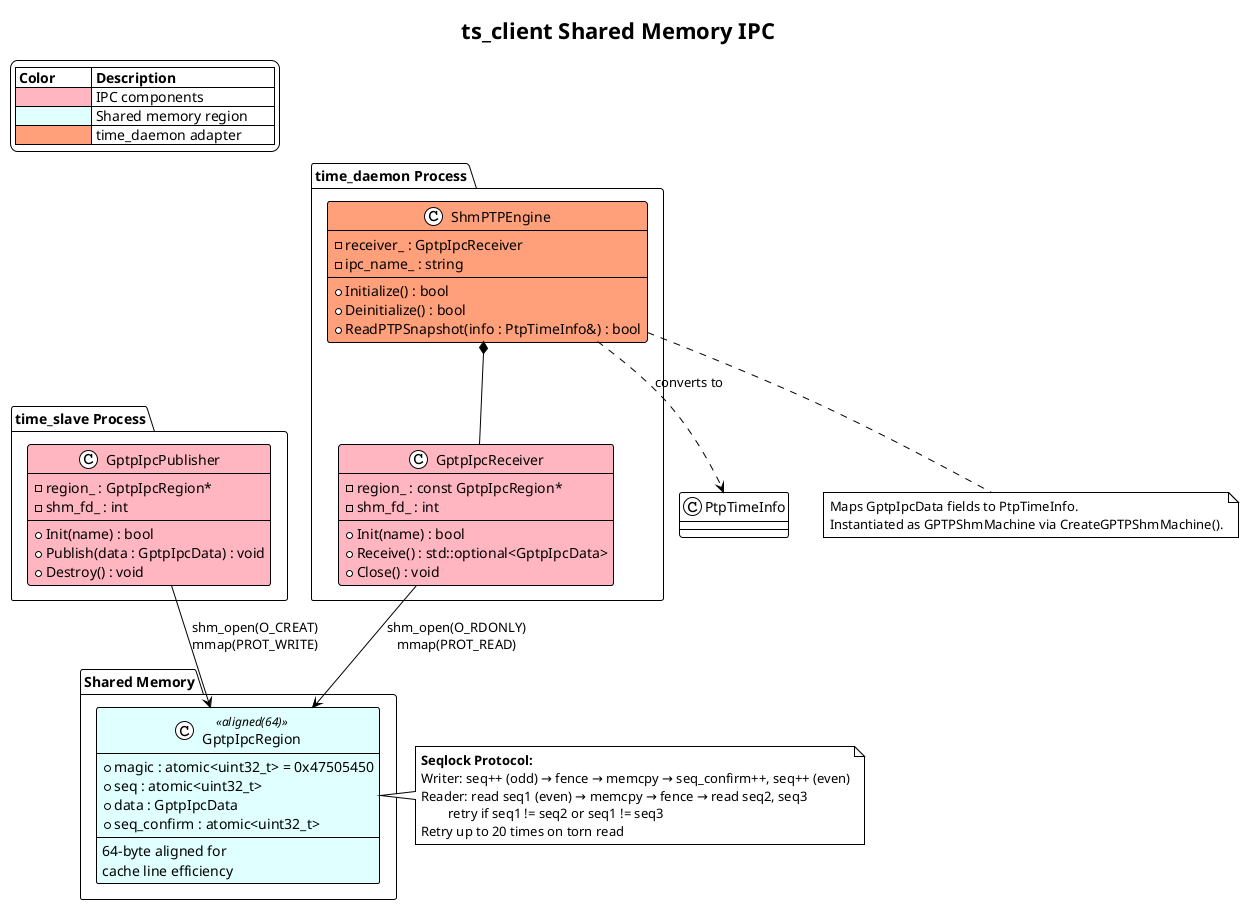
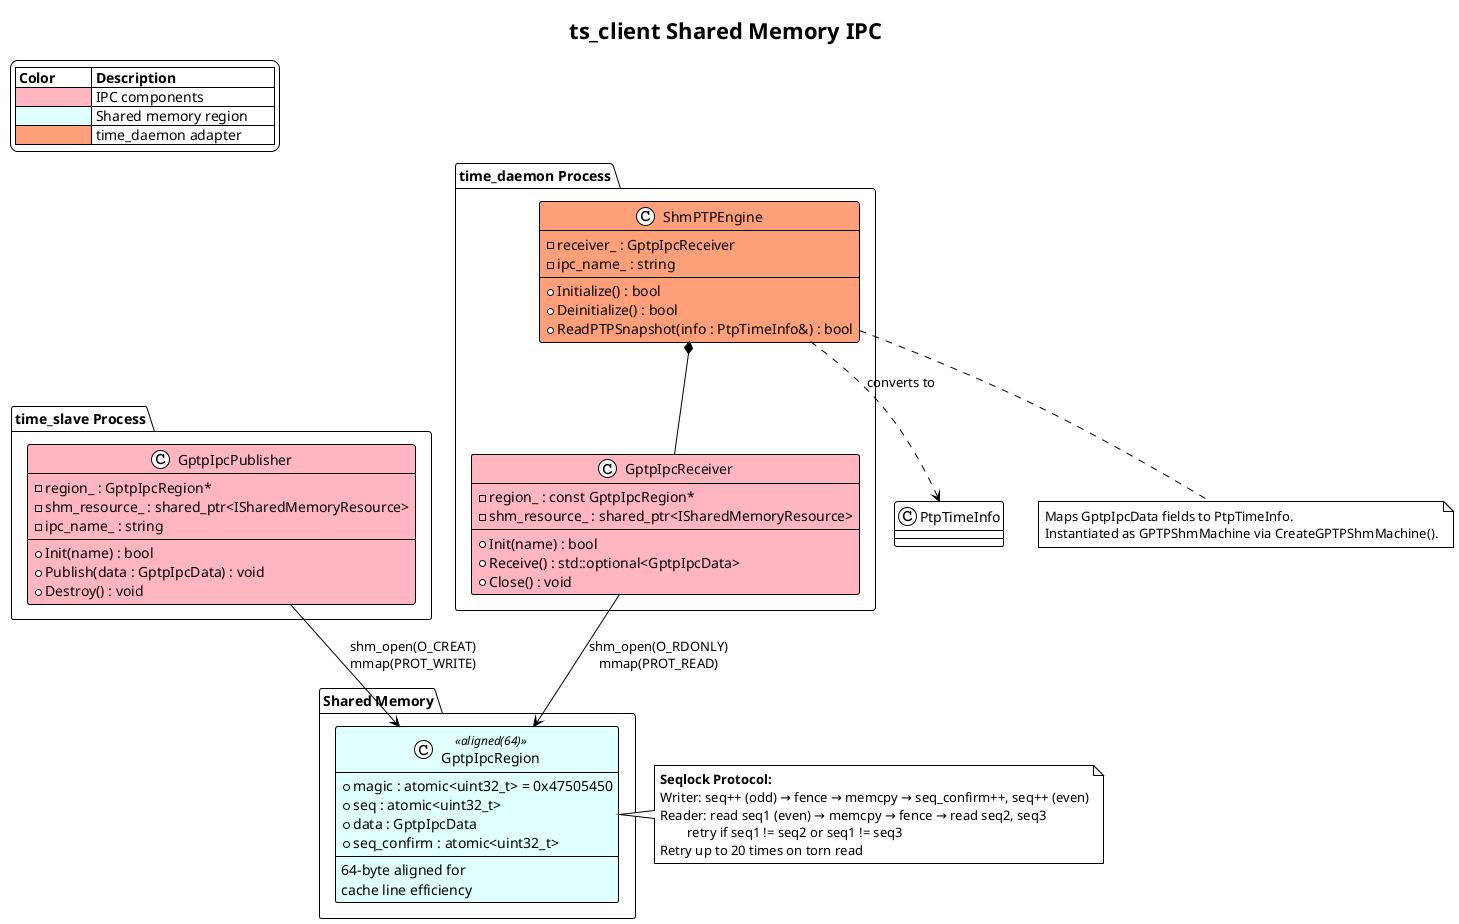
@startuml
!theme plain

title ts_client Shared Memory IPC

legend top left
    |= Color          |= Description              |
    | <#LightPink>    | IPC components             |
    | <#LightCyan>    | Shared memory region       |
    | <#LightSalmon>  | time_daemon adapter         |
endlegend

package "time_slave Process" {
    class GptpIpcPublisher #LightPink {
        - region_ : GptpIpcRegion*
-         - shm_fd_ : int
+         - shm_resource_ : shared_ptr<ISharedMemoryResource>
+         - ipc_name_ : string
        + Init(name) : bool
        + Publish(data : GptpIpcData) : void
        + Destroy() : void
    }
}

package "Shared Memory" {
    class GptpIpcRegion <<aligned(64)>> #LightCyan {
        + magic : atomic<uint32_t> = 0x47505450
        + seq : atomic<uint32_t>
        + data : GptpIpcData
        + seq_confirm : atomic<uint32_t>
        --
        64-byte aligned for\ncache line efficiency
    }
}

package "time_daemon Process" {
    class GptpIpcReceiver #LightPink {
        - region_ : const GptpIpcRegion*
-         - shm_fd_ : int
+         - shm_resource_ : shared_ptr<ISharedMemoryResource>
        + Init(name) : bool
        + Receive() : std::optional<GptpIpcData>
        + Close() : void
    }

    class ShmPTPEngine #LightSalmon {
        - receiver_ : GptpIpcReceiver
        - ipc_name_ : string
        + Initialize() : bool
        + Deinitialize() : bool
        + ReadPTPSnapshot(info : PtpTimeInfo&) : bool
    }
}

GptpIpcPublisher --> GptpIpcRegion : "shm_open(O_CREAT)\nmmap(PROT_WRITE)"
GptpIpcReceiver --> GptpIpcRegion : "shm_open(O_RDONLY)\nmmap(PROT_READ)"
ShmPTPEngine *-- GptpIpcReceiver
ShmPTPEngine ..> "PtpTimeInfo" : converts to

note right of GptpIpcRegion
  **Seqlock Protocol:**
  Writer: seq++ (odd) → fence → memcpy → seq_confirm++, seq++ (even)
  Reader: read seq1 (even) → memcpy → fence → read seq2, seq3
          retry if seq1 != seq2 or seq1 != seq3
  Retry up to 20 times on torn read
end note

note bottom of ShmPTPEngine
  Maps GptpIpcData fields to PtpTimeInfo.
  Instantiated as GPTPShmMachine via CreateGPTPShmMachine().
end note

@enduml
